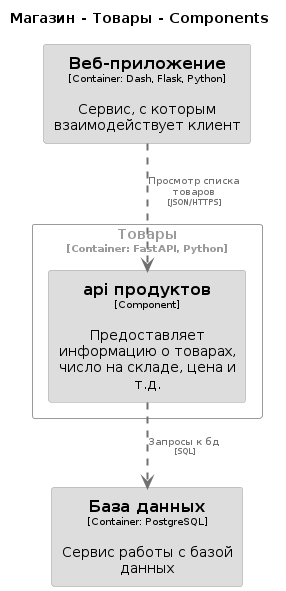
The PlantUML diagram lab1/export/Product_component_diagram.png in Megict/architecture_tasks, before a commit.
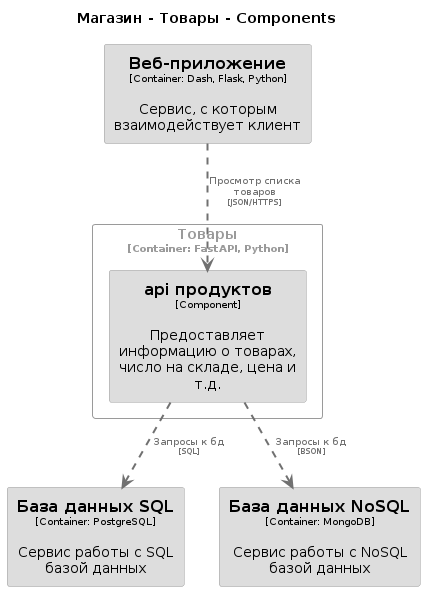
The same file after the commit.

Change to the diagram source:
```diff
@@ -19,7 +19,13 @@
   BorderColor #9a9a9a
   shadowing false
 }
-skinparam rectangle<<Магазин.Базаданных>> {
+skinparam rectangle<<Магазин.БазаданныхNoSQL>> {
+  BackgroundColor #dddddd
+  FontColor #000000
+  BorderColor #9a9a9a
+  shadowing false
+}
+skinparam rectangle<<Магазин.БазаданныхSQL>> {
   BackgroundColor #dddddd
   FontColor #000000
   BorderColor #9a9a9a
@@ -37,7 +43,8 @@
   shadowing false
 }
 
-rectangle "==База данных\n<size:10>[Container: PostgreSQL]</size>\n\nСервис работы с базой данных" <<Магазин.Базаданных>> as Магазин.Базаданных
+rectangle "==База данных SQL\n<size:10>[Container: PostgreSQL]</size>\n\nСервис работы с SQL базой данных" <<Магазин.БазаданныхSQL>> as Магазин.БазаданныхSQL
+rectangle "==База данных NoSQL\n<size:10>[Container: MongoDB]</size>\n\nСервис работы с NoSQL базой данных" <<Магазин.БазаданныхNoSQL>> as Магазин.БазаданныхNoSQL
 rectangle "==Веб-приложение\n<size:10>[Container: Dash, Flask, Python]</size>\n\nСервис, с которым взаимодействует клиент" <<Магазин.Вебприложение>> as Магазин.Вебприложение
 
 rectangle "Товары\n<size:10>[Container: FastAPI, Python]</size>" <<Магазин.Товары>> {
@@ -45,5 +52,6 @@
 }
 
 Магазин.Вебприложение .[#707070,thickness=2].> Магазин.Товары.apiпродуктов : "<color:#707070>Просмотр списка товаров\n<color:#707070><size:8>[JSON/HTTPS]</size>"
-Магазин.Товары.apiпродуктов .[#707070,thickness=2].> Магазин.Базаданных : "<color:#707070>Запросы к бд\n<color:#707070><size:8>[SQL]</size>"
+Магазин.Товары.apiпродуктов .[#707070,thickness=2].> Магазин.БазаданныхSQL : "<color:#707070>Запросы к бд\n<color:#707070><size:8>[SQL]</size>"
+Магазин.Товары.apiпродуктов .[#707070,thickness=2].> Магазин.БазаданныхNoSQL : "<color:#707070>Запросы к бд\n<color:#707070><size:8>[BSON]</size>"
 @enduml
```
